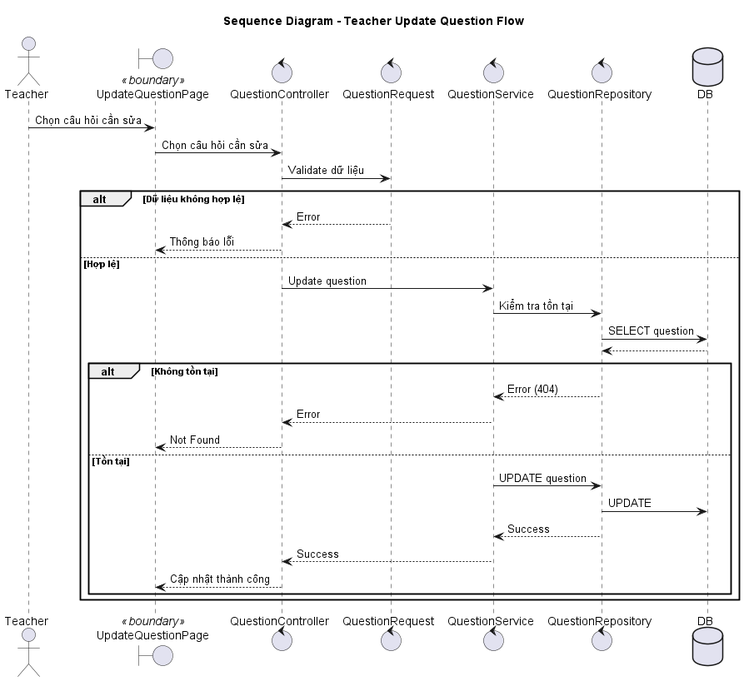
Earlier version of the PlantUML export out/sequence/sửa câu hỏi/update_question_sequence.png (Faythpromax/E-Learning). Its diagram source:
```plantuml
@startuml update_question_sequence
title Sequence Diagram - Teacher Update Question Flow

actor Teacher
boundary "UpdateQuestionPage" as UI <<boundary>>
control QuestionController
control QuestionRequest
control QuestionService
control QuestionRepository
database DB

Teacher -> UI: Chọn câu hỏi cần sửa
UI -> QuestionController: Chọn câu hỏi cần sửa

QuestionController -> QuestionRequest: Validate dữ liệu

alt Dữ liệu không hợp lệ
    QuestionRequest --> QuestionController: Error
    QuestionController --> UI: Thông báo lỗi
else Hợp lệ
    QuestionController -> QuestionService: Update question

    QuestionService -> QuestionRepository: Kiểm tra tồn tại
    QuestionRepository -> DB: SELECT question
    DB --> QuestionRepository

    alt Không tồn tại
        QuestionRepository --> QuestionService: Error (404)
        QuestionService --> QuestionController: Error
        QuestionController --> UI: Not Found
    else Tồn tại
        QuestionService -> QuestionRepository: UPDATE question
        QuestionRepository -> DB: UPDATE

        QuestionRepository --> QuestionService: Success
        QuestionService --> QuestionController: Success
        QuestionController --> UI: Cập nhật thành công
    end
end

@enduml
```
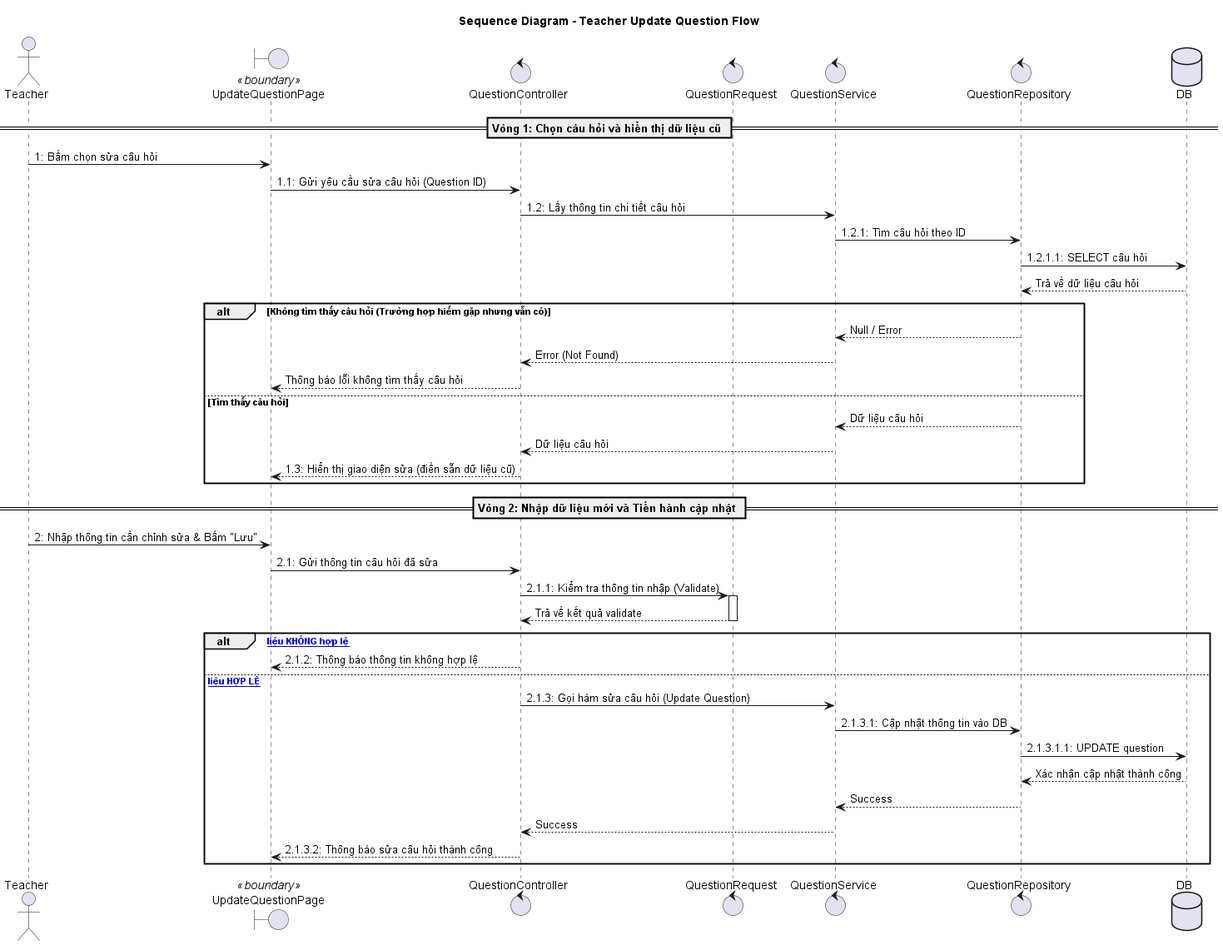
After the commit.

Diff of the diagram source:
```diff
@@ -9,33 +9,48 @@
 control QuestionRepository
 database DB
 
-Teacher -> UI: Chọn câu hỏi cần sửa
-UI -> QuestionController: Chọn câu hỏi cần sửa
+== Vòng 1: Chọn câu hỏi và hiển thị dữ liệu cũ ==
 
-QuestionController -> QuestionRequest: Validate dữ liệu
+Teacher -> UI: 1: Bấm chọn sửa câu hỏi
+UI -> QuestionController: 1.1: Gửi yêu cầu sửa câu hỏi (Question ID)
 
-alt Dữ liệu không hợp lệ
-    QuestionRequest --> QuestionController: Error
-    QuestionController --> UI: Thông báo lỗi
-else Hợp lệ
-    QuestionController -> QuestionService: Update question
+QuestionController -> QuestionService: 1.2: Lấy thông tin chi tiết câu hỏi
+QuestionService -> QuestionRepository: 1.2.1: Tìm câu hỏi theo ID
+QuestionRepository -> DB: 1.2.1.1: SELECT câu hỏi
+DB --> QuestionRepository: Trả về dữ liệu câu hỏi
 
-    QuestionService -> QuestionRepository: Kiểm tra tồn tại
-    QuestionRepository -> DB: SELECT question
-    DB --> QuestionRepository
+alt Không tìm thấy câu hỏi (Trường hợp hiếm gặp nhưng vẫn có)
+    QuestionRepository --> QuestionService: Null / Error
+    QuestionService --> QuestionController: Error (Not Found)
+    QuestionController --> UI: Thông báo lỗi không tìm thấy câu hỏi
+else Tìm thấy câu hỏi
+    QuestionRepository --> QuestionService: Dữ liệu câu hỏi
+    QuestionService --> QuestionController: Dữ liệu câu hỏi
+    QuestionController --> UI: 1.3: Hiển thị giao diện sửa (điền sẵn dữ liệu cũ)
+end
 
-    alt Không tồn tại
-        QuestionRepository --> QuestionService: Error (404)
-        QuestionService --> QuestionController: Error
-        QuestionController --> UI: Not Found
-    else Tồn tại
-        QuestionService -> QuestionRepository: UPDATE question
-        QuestionRepository -> DB: UPDATE
+== Vòng 2: Nhập dữ liệu mới và Tiến hành cập nhật ==
 
-        QuestionRepository --> QuestionService: Success
-        QuestionService --> QuestionController: Success
-        QuestionController --> UI: Cập nhật thành công
-    end
+Teacher -> UI: 2: Nhập thông tin cần chỉnh sửa & Bấm "Lưu"
+UI -> QuestionController: 2.1: Gửi thông tin câu hỏi đã sửa
+
+QuestionController -> QuestionRequest: 2.1.1: Kiểm tra thông tin nhập (Validate)
+activate QuestionRequest
+QuestionRequest --> QuestionController: Trả về kết quả validate
+deactivate QuestionRequest
+
+alt [Dữ liệu KHÔNG hợp lệ]
+    QuestionController --> UI: 2.1.2: Thông báo thông tin không hợp lệ
+else [Dữ liệu HỢP LỆ]
+    QuestionController -> QuestionService: 2.1.3: Gọi hàm sửa câu hỏi (Update Question)
+
+    QuestionService -> QuestionRepository: 2.1.3.1: Cập nhật thông tin vào DB
+    QuestionRepository -> DB: 2.1.3.1.1: UPDATE question
+    DB --> QuestionRepository: Xác nhận cập nhật thành công
+
+    QuestionRepository --> QuestionService: Success
+    QuestionService --> QuestionController: Success
+    QuestionController --> UI: 2.1.3.2: Thông báo sửa câu hỏi thành công
 end
 
 @enduml
```
